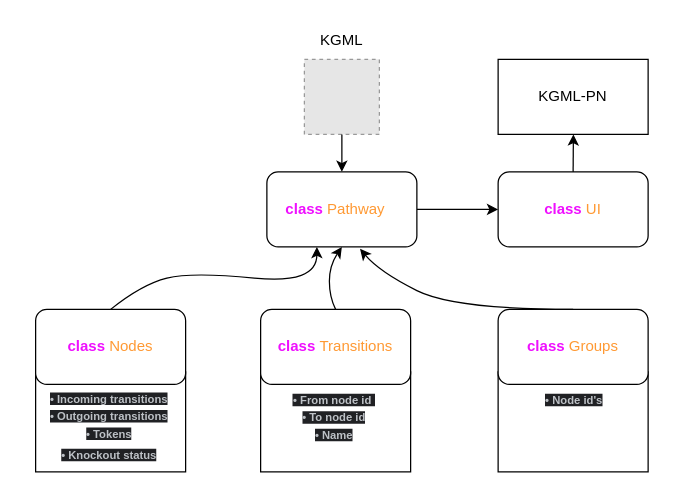
This is Architecture.drawio from KoenVanderBurg/BM-PetriNet, a draw.io file, before an edit. Source tidied: cells renumbered, new cells numbered last; positions are measured from the earlier drawing's top-left corner, leaving out a move shared by most shapes. Both pictures are drawn from the tidied source at 125%, with x=0, y=0 at pixel (21, 21). Pictures stored in the file or linked from it are replaced by grey dashed boxes.
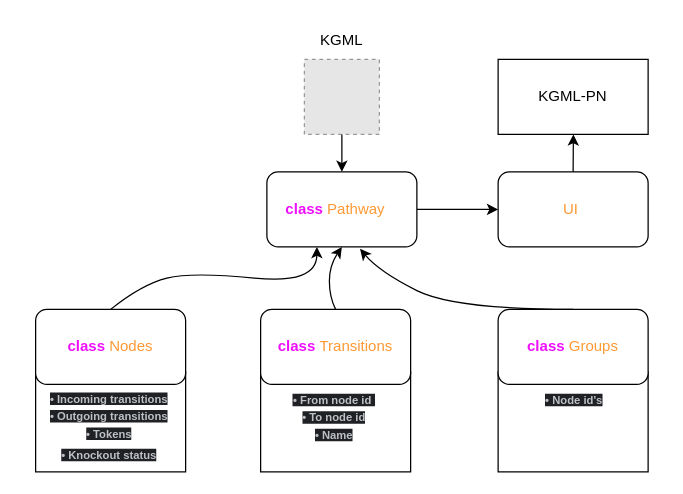
The same diagram, later.

The edit, as a diff of the source:
```diff
@@
-    <mxCell id="24" value="&lt;font style=&quot;font-weight: bold;&quot; color=&quot;#ef0fff&quot;&gt;class &lt;/font&gt;&lt;font style=&quot;&quot; color=&quot;#ff9933&quot;&gt;UI&lt;/font&gt;" style="text;html=1;strokeColor=none;fillColor=none;align=center;verticalAlign=middle;whiteSpace=wrap;rounded=0;" parent="1" vertex="1">
+    <mxCell id="24" value="&lt;font style=&quot;&quot; color=&quot;#ff9933&quot;&gt;UI&amp;nbsp;&lt;br&gt;&lt;/font&gt;" style="text;html=1;strokeColor=none;fillColor=none;align=center;verticalAlign=middle;whiteSpace=wrap;rounded=0;" parent="1" vertex="1">
       <mxGeometry x="391" y="135" width="100" height="30" as="geometry" />
     </mxCell>
```
